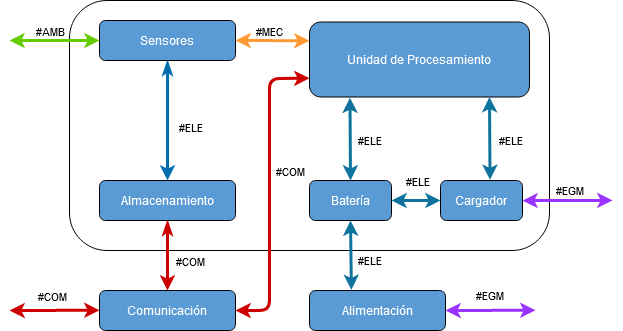
The draw.io diagram Informe/Factibilidad/ImagenesFactibilidad/EsquemaModular.png in tlondero/Dise-o, before a commit. Source tidied: cells renumbered, new cells last; positions are measured from the earlier drawing's top-left corner, leaving out a move shared by most shapes.
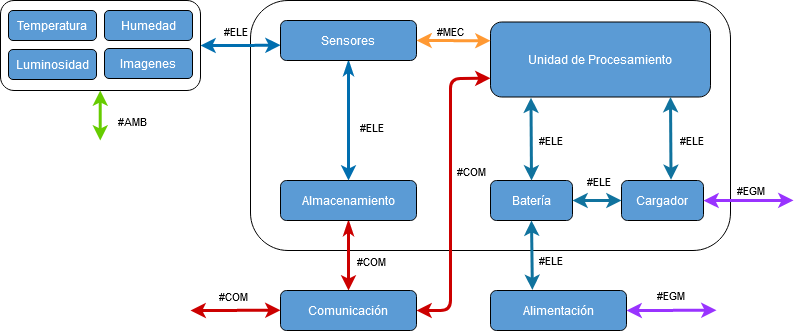
Later version of the same file.

Commit message:
Esquema modular update

Diff of the diagram source:
```diff
@@ -5,6 +5,17 @@
     <mxCell id="2" style="rounded=1;whiteSpace=wrap;html=1;fillColor=none;" parent="1" vertex="1">
       <mxGeometry x="60" width="480" height="250" as="geometry" />
     </mxCell>
+    <mxCell id="34" style="edgeStyle=orthogonalEdgeStyle;rounded=0;jettySize=auto;html=1;entryX=0.001;entryY=0.616;entryDx=0;entryDy=0;entryPerimeter=0;startArrow=classic;startFill=1;strokeWidth=3;strokeColor=#006EAF;" parent="1" edge="1" source="36" target="10">
+      <mxGeometry relative="1" as="geometry" />
+    </mxCell>
+    <mxCell id="35" value="#ELE" style="edgeLabel;html=1;align=center;verticalAlign=middle;" parent="34" vertex="1">
+      <mxGeometry x="-0.15" y="-1" relative="1" as="geometry">
+        <mxPoint y="-16" as="offset" />
+      </mxGeometry>
+    </mxCell>
+    <mxCell id="36" style="rounded=1;whiteSpace=wrap;html=1;fillColor=none;" parent="1" vertex="1">
+      <mxGeometry x="-190" width="200" height="90" as="geometry" />
+    </mxCell>
     <mxCell id="3" value="&lt;font color=&quot;#FFFFFF&quot;&gt;Unidad de Procesamiento&lt;/font&gt;" style="rounded=1;whiteSpace=wrap;html=1;fillColor=#5B9BD5;" parent="1" vertex="1">
       <mxGeometry x="300" y="21.5" width="220" height="75" as="geometry" />
     </mxCell>
@@ -79,14 +90,15 @@
         <mxPoint x="16" y="-108" as="offset" />
       </mxGeometry>
     </mxCell>
-    <mxCell id="21" style="endArrow=classic;startArrow=classic;html=1;strokeWidth=3;fillColor=#d5e8d4;entryX=0;entryY=0.5;entryDx=0;entryDy=0;gradientColor=#97d077;strokeColor=#66CC00;" parent="1" edge="1" target="10">
+    <mxCell id="21" style="endArrow=classic;startArrow=classic;html=1;strokeWidth=3;fillColor=#d5e8d4;gradientColor=#97d077;strokeColor=#66CC00;exitX=0.5;exitY=1;exitDx=0;exitDy=0;" parent="1" edge="1">
       <mxGeometry relative="1" as="geometry">
-        <mxPoint y="40" as="sourcePoint" />
+        <mxPoint x="-90.3" y="90" as="sourcePoint" />
+        <mxPoint x="-90.3" y="140" as="targetPoint" />
       </mxGeometry>
     </mxCell>
     <mxCell id="22" value="#AMB" style="edgeLabel;html=1;align=center;verticalAlign=middle;labelBackgroundColor=none;" parent="21" vertex="1">
       <mxGeometry x="-0.23" y="1" relative="1" as="geometry">
-        <mxPoint x="6" y="-9" as="offset" />
+        <mxPoint x="31" y="11" as="offset" />
       </mxGeometry>
     </mxCell>
     <mxCell id="23" style="endArrow=classic;startArrow=classic;html=1;strokeWidth=3;fillColor=none;entryX=0;entryY=0.5;entryDx=0;entryDy=0;strokeColor=#CC0000;" parent="1" edge="1">
@@ -144,5 +156,17 @@
         <mxPoint x="18" y="-7" as="offset" />
       </mxGeometry>
     </mxCell>
+    <mxCell id="37" value="&lt;font color=&quot;#FFFFFF&quot;&gt;Temperatura&lt;/font&gt;" style="rounded=1;whiteSpace=wrap;html=1;fillColor=#5B9BD5;" parent="1" vertex="1">
+      <mxGeometry x="-182" y="10" width="88" height="30" as="geometry" />
+    </mxCell>
+    <mxCell id="38" value="&lt;font color=&quot;#FFFFFF&quot;&gt;Humedad&lt;/font&gt;" style="rounded=1;whiteSpace=wrap;html=1;fillColor=#5B9BD5;" parent="1" vertex="1">
+      <mxGeometry x="-86" y="10" width="88" height="30" as="geometry" />
+    </mxCell>
+    <mxCell id="39" value="&lt;font color=&quot;#FFFFFF&quot;&gt;Luminosidad&lt;/font&gt;" style="rounded=1;whiteSpace=wrap;html=1;fillColor=#5B9BD5;" parent="1" vertex="1">
+      <mxGeometry x="-182" y="49" width="88" height="30" as="geometry" />
+    </mxCell>
+    <mxCell id="40" value="&lt;font color=&quot;#FFFFFF&quot;&gt;Imagenes&lt;/font&gt;" style="rounded=1;whiteSpace=wrap;html=1;fillColor=#5B9BD5;" parent="1" vertex="1">
+      <mxGeometry x="-86" y="48" width="88" height="30" as="geometry" />
+    </mxCell>
   </root>
 </mxGraphModel>
```
